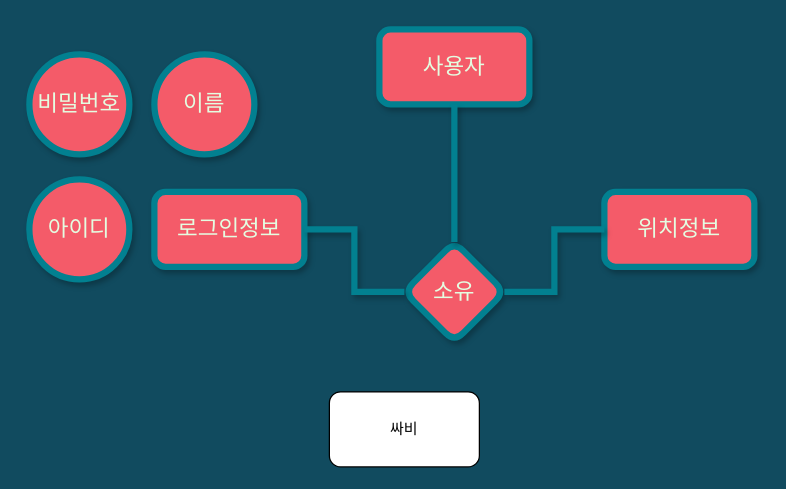
QuaRang1225/SDS_Project keeps this draw.io diagram as Design/SDS.drawio. Above is the earlier version. Source tidied: cells renumbered, new cells numbered last; positions are measured from the earlier drawing's top-left corner, leaving out a move shared by most shapes. Both pictures are drawn from the tidied source at 125%, with x=0, y=0 at pixel (29, 29).
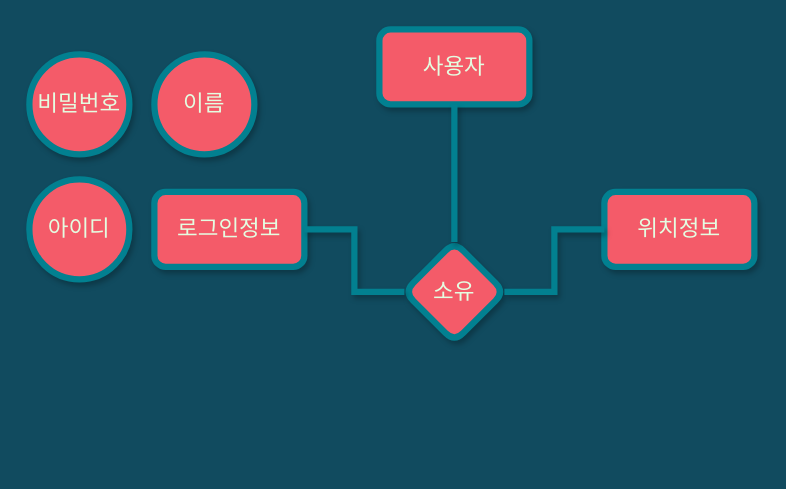
The same page after the edit.

Diff of the diagram source:
```diff
@@
 <mxGraphModel background="#114B5F">
   <root>
     <mxCell id="0" />
     <mxCell id="1" parent="0" />
     <mxCell id="2" value="&lt;font style=&quot;font-size: 18px;&quot;&gt;로그인정보&lt;/font&gt;" style="rounded=1;whiteSpace=wrap;html=1;strokeColor=#028090;fontColor=#E4FDE1;fillColor=#F45B69;strokeWidth=5;shadow=1;" parent="1" vertex="1">
       <mxGeometry x="100" y="130" width="120" height="60" as="geometry" />
     </mxCell>
     <mxCell id="3" value="&lt;font style=&quot;font-size: 18px;&quot;&gt;소유&lt;/font&gt;" style="rhombus;whiteSpace=wrap;html=1;strokeColor=#028090;fontColor=#E4FDE1;fillColor=#F45B69;strokeWidth=5;rounded=1;shadow=1;" parent="1" vertex="1">
       <mxGeometry x="300" y="170" width="80" height="80" as="geometry" />
     </mxCell>
     <mxCell id="4" value="&lt;font style=&quot;font-size: 18px;&quot;&gt;위치정보&lt;/font&gt;" style="rounded=1;whiteSpace=wrap;html=1;strokeColor=#028090;fontColor=#E4FDE1;fillColor=#F45B69;strokeWidth=5;shadow=1;" parent="1" vertex="1">
       <mxGeometry x="460" y="130" width="120" height="60" as="geometry" />
     </mxCell>
     <mxCell id="5" style="endArrow=none;html=1;rounded=0;strokeColor=#028090;fontColor=#E4FDE1;fillColor=#F45B69;entryX=0;entryY=0.5;entryDx=0;entryDy=0;exitX=1;exitY=0.5;exitDx=0;exitDy=0;targetPerimeterSpacing=5;strokeWidth=5;shadow=1;" parent="1" edge="1" source="3" target="4">
       <mxGeometry relative="1" as="geometry">
         <Array as="points">
           <mxPoint x="420" y="210" />
           <mxPoint x="420" y="160" />
         </Array>
       </mxGeometry>
     </mxCell>
     <mxCell id="6" value="이름" style="ellipse;whiteSpace=wrap;html=1;rounded=1;shadow=1;strokeColor=#028090;strokeWidth=5;fontSize=18;fontColor=#E4FDE1;fillColor=#F45B69;" parent="1" vertex="1">
       <mxGeometry x="100" y="20" width="80" height="80" as="geometry" />
     </mxCell>
     <mxCell id="7" value="아이디" style="ellipse;whiteSpace=wrap;html=1;rounded=1;shadow=1;strokeColor=#028090;strokeWidth=5;fontSize=18;fontColor=#E4FDE1;fillColor=#F45B69;" parent="1" vertex="1">
       <mxGeometry y="120" width="80" height="80" as="geometry" />
     </mxCell>
     <mxCell id="8" value="비밀번호" style="ellipse;whiteSpace=wrap;html=1;rounded=1;shadow=1;strokeColor=#028090;strokeWidth=5;fontSize=18;fontColor=#E4FDE1;fillColor=#F45B69;" parent="1" vertex="1">
       <mxGeometry y="20" width="80" height="80" as="geometry" />
     </mxCell>
     <mxCell id="9" style="endArrow=none;html=1;rounded=0;shadow=1;strokeColor=#028090;strokeWidth=5;fontSize=18;fontColor=#E4FDE1;targetPerimeterSpacing=5;fillColor=#F45B69;exitX=0;exitY=0.5;exitDx=0;exitDy=0;entryX=1;entryY=0.5;entryDx=0;entryDy=0;" parent="1" edge="1" source="3" target="2">
       <mxGeometry relative="1" as="geometry">
         <Array as="points">
           <mxPoint x="260" y="210" />
           <mxPoint x="260" y="160" />
         </Array>
       </mxGeometry>
     </mxCell>
     <mxCell id="10" value="&lt;font style=&quot;font-size: 18px;&quot;&gt;사용자&lt;/font&gt;" style="rounded=1;whiteSpace=wrap;html=1;strokeColor=#028090;fontColor=#E4FDE1;fillColor=#F45B69;strokeWidth=5;shadow=1;" parent="1" vertex="1">
       <mxGeometry x="280" width="120" height="60" as="geometry" />
     </mxCell>
     <mxCell id="11" style="endArrow=none;html=1;rounded=0;shadow=1;strokeColor=#028090;strokeWidth=5;fontSize=18;fontColor=#E4FDE1;targetPerimeterSpacing=5;fillColor=#F45B69;entryX=0.5;entryY=1;entryDx=0;entryDy=0;exitX=0.5;exitY=0;exitDx=0;exitDy=0;" parent="1" edge="1" source="3" target="10">
       <mxGeometry relative="1" as="geometry" />
     </mxCell>
-    <mxCell id="12" value="싸비&lt;br&gt;" style="rounded=1;whiteSpace=wrap;html=1;" parent="1" vertex="1">
-      <mxGeometry x="240" y="290" width="120" height="60" as="geometry" />
-    </mxCell>
   </root>
 </mxGraphModel>
```
